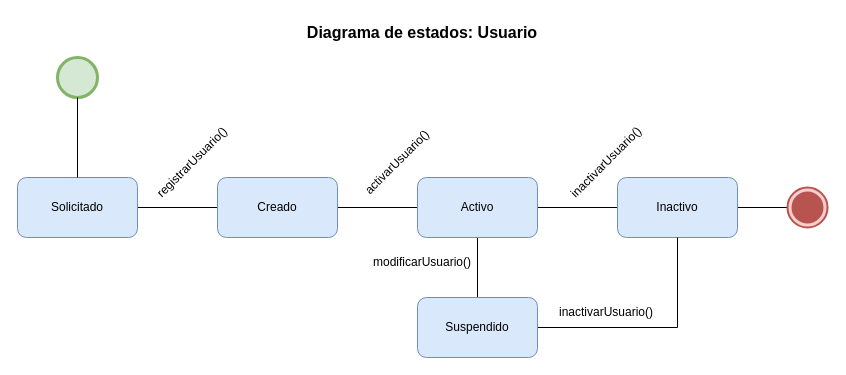
This is page "D. Estados: Usuario" (7 of 11) of Diagramas/Untitled Diagram.drawio from barloff2/Diagramas, a draw.io file, before an edit. Source tidied: cells renumbered, new cells numbered last; positions are measured from the earlier drawing's top-left corner, leaving out a move shared by most shapes. Both pictures are drawn from the tidied source at 100%, with x=0, y=0 at pixel (17, 17).
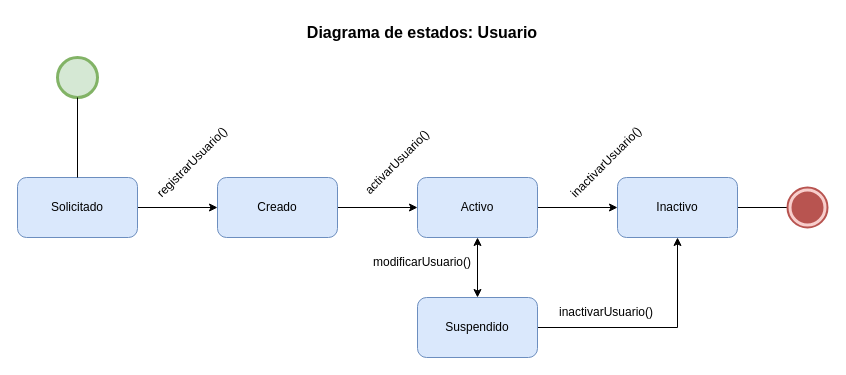
The same diagram, later.

The change refers to these unchanged cells:
```xml
<mxCell id="4" value="Solicitado" style="rounded=1;whiteSpace=wrap;html=1;fillColor=#dae8fc;strokeColor=#6c8ebf;" parent="1" vertex="1">
  <mxGeometry y="160" width="120" height="60" as="geometry" />
</mxCell>
<mxCell id="6" value="Creado" style="rounded=1;whiteSpace=wrap;html=1;fillColor=#dae8fc;strokeColor=#6c8ebf;" parent="1" vertex="1">
  <mxGeometry x="200" y="160" width="120" height="60" as="geometry" />
</mxCell>
<mxCell id="9" value="Activo" style="rounded=1;whiteSpace=wrap;html=1;fillColor=#dae8fc;strokeColor=#6c8ebf;" parent="1" vertex="1">
  <mxGeometry x="400" y="160" width="120" height="60" as="geometry" />
</mxCell>
<mxCell id="11" value="Inactivo" style="rounded=1;whiteSpace=wrap;html=1;fillColor=#dae8fc;strokeColor=#6c8ebf;" parent="1" vertex="1">
  <mxGeometry x="600" y="160" width="120" height="60" as="geometry" />
</mxCell>
<mxCell id="13" value="Suspendido" style="rounded=1;whiteSpace=wrap;html=1;fillColor=#dae8fc;strokeColor=#6c8ebf;" parent="1" vertex="1">
  <mxGeometry x="400" y="280" width="120" height="60" as="geometry" />
</mxCell>
```

Diff of the diagram source:
```diff
@@
-    <mxCell id="3" style="edgeStyle=orthogonalEdgeStyle;rounded=0;jettySize=auto;html=1;exitX=1;exitY=0.5;exitDx=0;exitDy=0;endArrow=none;endFill=0;" parent="1" edge="1" source="4" target="6">
+    <mxCell id="3" style="edgeStyle=orthogonalEdgeStyle;rounded=0;jettySize=auto;html=1;exitX=1;exitY=0.5;exitDx=0;exitDy=0;endArrow=classic;endFill=1;" parent="1" edge="1" source="4" target="6">
       <mxGeometry relative="1" as="geometry" />
     </mxCell>
@@
-    <mxCell id="5" style="edgeStyle=orthogonalEdgeStyle;rounded=0;jettySize=auto;html=1;exitX=1;exitY=0.5;exitDx=0;exitDy=0;endArrow=none;endFill=0;" parent="1" edge="1" source="6" target="9">
+    <mxCell id="5" style="edgeStyle=orthogonalEdgeStyle;rounded=0;jettySize=auto;html=1;exitX=1;exitY=0.5;exitDx=0;exitDy=0;endArrow=classic;endFill=1;" parent="1" edge="1" source="6" target="9">
       <mxGeometry relative="1" as="geometry" />
     </mxCell>
@@
-    <mxCell id="7" style="edgeStyle=orthogonalEdgeStyle;rounded=0;jettySize=auto;html=1;exitX=0.5;exitY=1;exitDx=0;exitDy=0;entryX=0.5;entryY=0;entryDx=0;entryDy=0;endArrow=none;endFill=0;" parent="1" edge="1" source="9" target="13">
+    <mxCell id="7" style="edgeStyle=orthogonalEdgeStyle;rounded=0;jettySize=auto;html=1;exitX=0.5;exitY=1;exitDx=0;exitDy=0;entryX=0.5;entryY=0;entryDx=0;entryDy=0;endArrow=classic;endFill=1;startArrow=classic;startFill=1;" parent="1" edge="1" source="9" target="13">
       <mxGeometry relative="1" as="geometry" />
     </mxCell>
-    <mxCell id="8" style="edgeStyle=orthogonalEdgeStyle;rounded=0;jettySize=auto;html=1;exitX=1;exitY=0.5;exitDx=0;exitDy=0;endArrow=none;endFill=0;" parent="1" edge="1" source="9" target="11">
+    <mxCell id="8" style="edgeStyle=orthogonalEdgeStyle;rounded=0;jettySize=auto;html=1;exitX=1;exitY=0.5;exitDx=0;exitDy=0;endArrow=classic;endFill=1;" parent="1" edge="1" source="9" target="11">
       <mxGeometry relative="1" as="geometry" />
     </mxCell>
@@
-    <mxCell id="12" style="edgeStyle=orthogonalEdgeStyle;rounded=0;jettySize=auto;html=1;exitX=1;exitY=0.5;exitDx=0;exitDy=0;entryX=0.5;entryY=1;entryDx=0;entryDy=0;endArrow=none;endFill=0;" parent="1" edge="1" source="13" target="11">
+    <mxCell id="12" style="edgeStyle=orthogonalEdgeStyle;rounded=0;jettySize=auto;html=1;exitX=1;exitY=0.5;exitDx=0;exitDy=0;entryX=0.5;entryY=1;entryDx=0;entryDy=0;endArrow=classic;endFill=1;startArrow=none;startFill=0;" parent="1" edge="1" source="13" target="11">
       <mxGeometry relative="1" as="geometry" />
     </mxCell>
```
